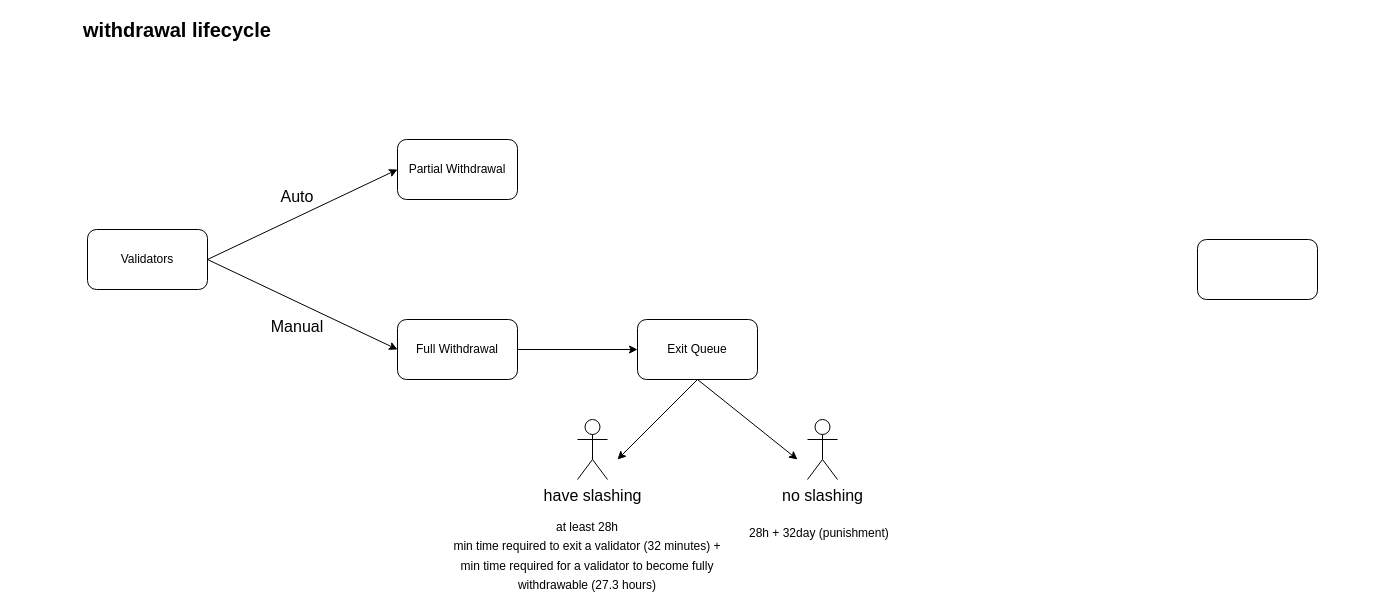
Earlier version of the draw.io diagram beacon-chain-withdrawals/withdrawal-lifecycle.drawio (0xyicheng/a-research-diagram). Source tidied: cells renumbered, new cells numbered last; positions are measured from the earlier drawing's top-left corner, leaving out a move shared by most shapes. Both pictures are drawn from the tidied source at 100%, with x=0, y=0 at pixel (17, 19).
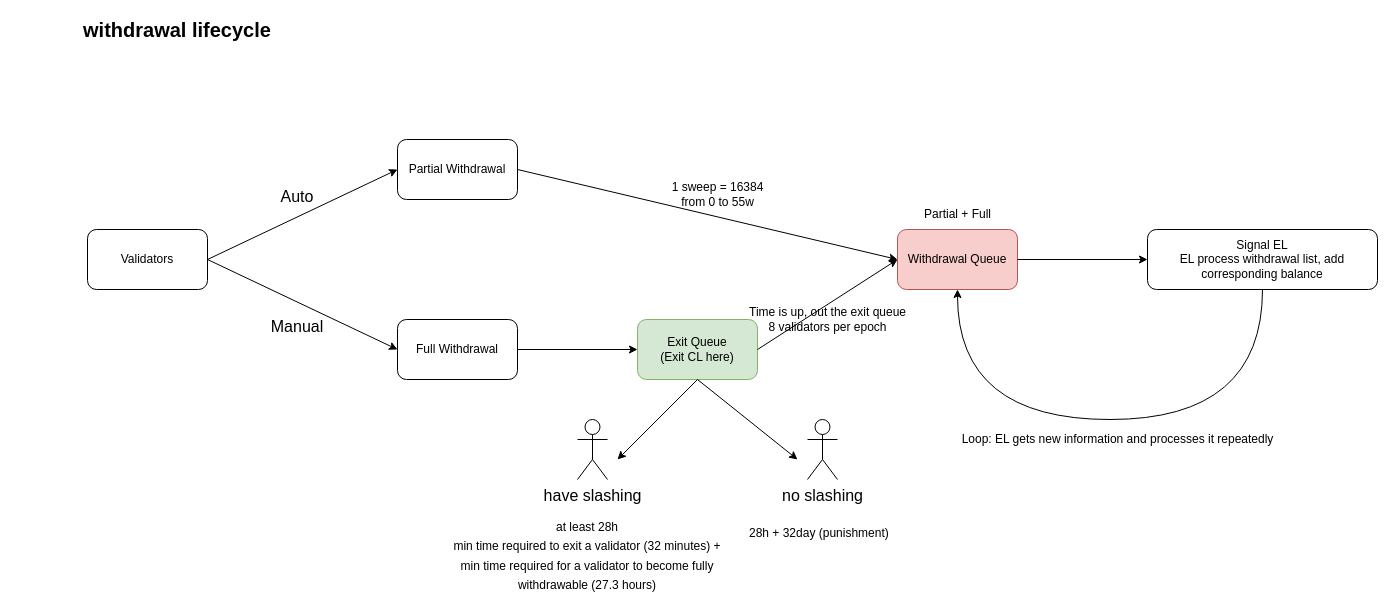
The same diagram, later.

Unchanged cells that the change refers to:
```xml
<mxCell id="3" value="Partial Withdrawal" style="rounded=1;whiteSpace=wrap;html=1;" parent="1" vertex="1">
  <mxGeometry x="380" y="120" width="120" height="60" as="geometry" />
</mxCell>
```

Diff of the diagram source:
```diff
@@
-    <mxCell id="14" style="rounded=1;whiteSpace=wrap;html=1;fontSize=12;" parent="1" vertex="1">
-      <mxGeometry x="1180" y="220" width="120" height="60" as="geometry" />
+    <mxCell id="14" value="Withdrawal Queue" style="rounded=1;whiteSpace=wrap;html=1;fontSize=12;fillColor=#f8cecc;strokeColor=#b85450;" parent="1" vertex="1">
+      <mxGeometry x="880" y="210" width="120" height="60" as="geometry" />
     </mxCell>
-    <mxCell id="15" value="Exit Queue" style="rounded=1;whiteSpace=wrap;html=1;fontSize=12;" parent="1" vertex="1">
+    <mxCell id="15" value="Exit Queue&lt;br&gt;(Exit CL here)" style="rounded=1;whiteSpace=wrap;html=1;fontSize=12;fillColor=#d5e8d4;strokeColor=#82b366;" parent="1" vertex="1">
       <mxGeometry x="620" y="300" width="120" height="60" as="geometry" />
     </mxCell>
@@
+    <mxCell id="19" style="endArrow=classic;html=1;rounded=0;fontSize=20;exitX=1;exitY=0.5;exitDx=0;exitDy=0;entryX=0;entryY=0.5;entryDx=0;entryDy=0;" parent="1" edge="1" source="3" target="14">
+      <mxGeometry relative="1" as="geometry" />
+    </mxCell>
+    <mxCell id="20" style="endArrow=classic;html=1;rounded=0;fontSize=20;exitX=1;exitY=0.5;exitDx=0;exitDy=0;entryX=0;entryY=0.5;entryDx=0;entryDy=0;" parent="1" edge="1" source="15" target="14">
+      <mxGeometry relative="1" as="geometry" />
+    </mxCell>
+    <mxCell id="21" value="Time is up, out the exit queue&lt;br&gt;8 validators per epoch" style="text;html=1;align=center;verticalAlign=middle;strokeColor=none;fillColor=none;fontSize=12;" parent="1" vertex="1">
+      <mxGeometry x="720" y="280" width="180" height="40" as="geometry" />
+    </mxCell>
+    <mxCell id="22" value="1 sweep = 16384&lt;br&gt;from 0 to 55w" style="text;html=1;align=center;verticalAlign=middle;strokeColor=none;fillColor=none;fontSize=12;" parent="1" vertex="1">
+      <mxGeometry x="640" y="155" width="120" height="40" as="geometry" />
+    </mxCell>
+    <mxCell id="23" value="Signal EL&lt;br&gt;EL process withdrawal list, add corresponding balance" style="rounded=1;whiteSpace=wrap;html=1;fontSize=12;" parent="1" vertex="1">
+      <mxGeometry x="1130" y="210" width="230" height="60" as="geometry" />
+    </mxCell>
+    <mxCell id="24" style="endArrow=classic;html=1;rounded=0;fontSize=20;exitX=1;exitY=0.5;exitDx=0;exitDy=0;entryX=0;entryY=0.5;entryDx=0;entryDy=0;" parent="1" edge="1" source="14" target="23">
+      <mxGeometry relative="1" as="geometry" />
+    </mxCell>
+    <mxCell id="25" value="Partial + Full" style="text;html=1;align=center;verticalAlign=middle;strokeColor=none;fillColor=none;fontSize=12;" parent="1" vertex="1">
+      <mxGeometry x="895" y="180" width="90" height="30" as="geometry" />
+    </mxCell>
+    <mxCell id="26" style="endArrow=classic;html=1;rounded=0;fontSize=12;edgeStyle=orthogonalEdgeStyle;curved=1;exitX=0.5;exitY=1;exitDx=0;exitDy=0;entryX=0.5;entryY=1;entryDx=0;entryDy=0;" parent="1" edge="1" source="23" target="14">
+      <mxGeometry relative="1" as="geometry">
+        <Array as="points">
+          <mxPoint x="1245" y="400" />
+          <mxPoint x="940" y="400" />
+        </Array>
+      </mxGeometry>
+    </mxCell>
+    <mxCell id="27" value="Loop: EL gets new information and processes it repeatedly" style="text;html=1;align=center;verticalAlign=middle;strokeColor=none;fillColor=none;fontSize=12;" parent="1" vertex="1">
+      <mxGeometry x="930" y="405" width="340" height="30" as="geometry" />
+    </mxCell>
```
